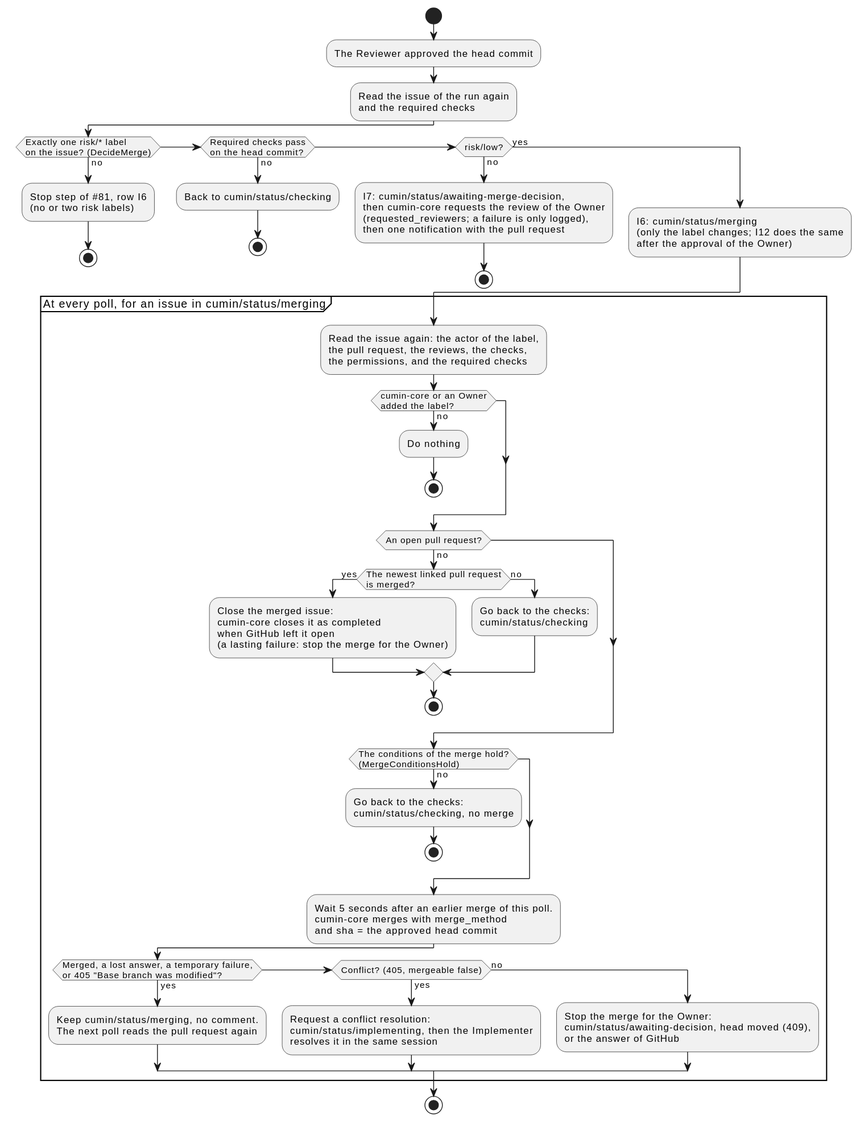
Earlier version of the PlantUML export docs/ja/designs/poll-merge.svg (cloveclovedev/cumin-works).
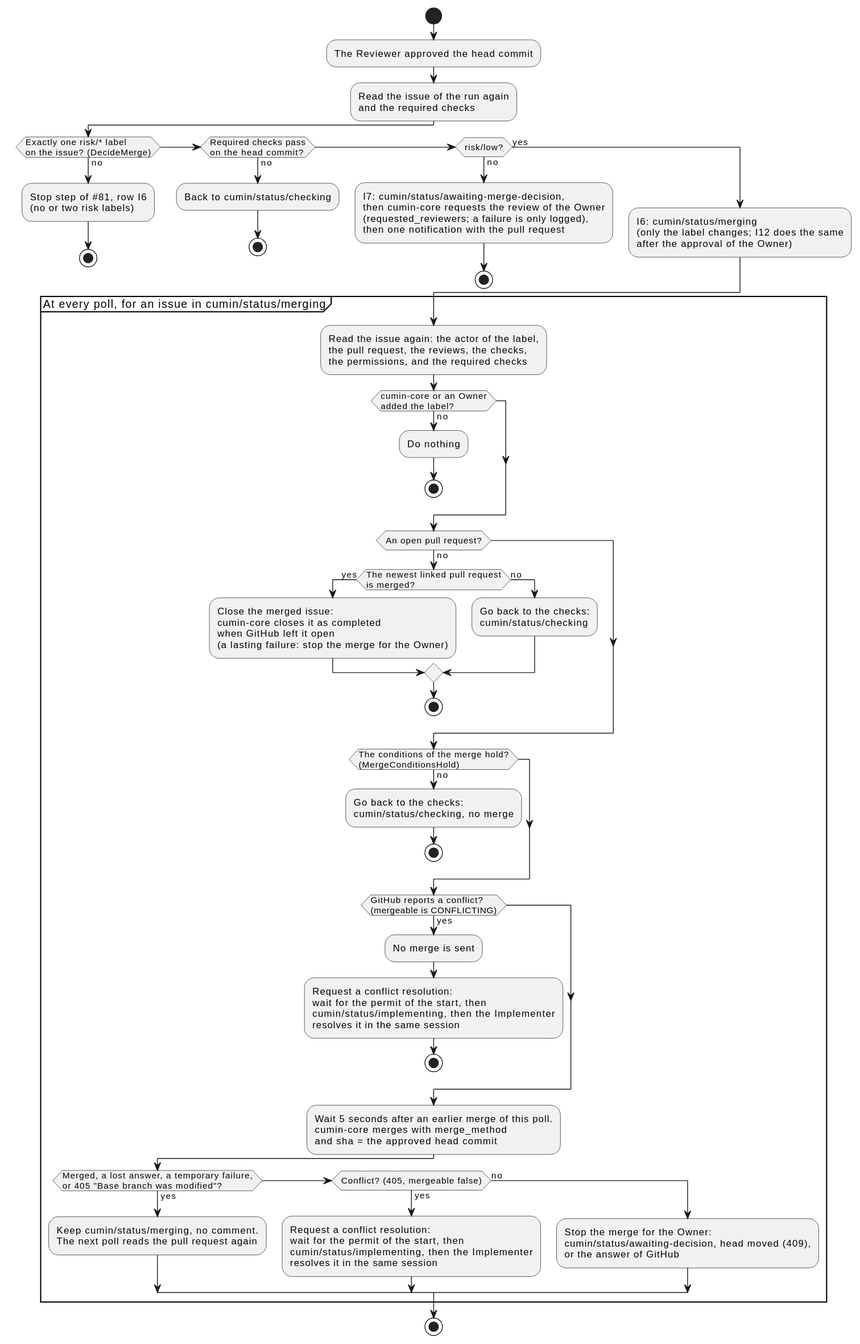
After the commit.

Commit message:
feat(workflow): request the conflict resolution without a merge for a known conflict (#583)

The edit, as a diff of the source:
```diff
@@ -54,6 +54,15 @@
     cumin/status/checking, no merge;
     stop
   endif
+  if (GitHub reports a conflict?
+(mergeable is CONFLICTING)) then (yes)
+    :No merge is sent;
+    :Request a conflict resolution:
+    wait for the permit of the start, then
+    cumin/status/implementing, then the Implementer
+    resolves it in the same session;
+    stop
+  endif
   :Wait 5 seconds after an earlier merge of this poll.
   cumin-core merges with merge_method
   and sha = the approved head commit;
@@ -63,6 +72,7 @@
     The next poll reads the pull request again;
   elseif (Conflict? (405, mergeable false)) then (yes)
     :Request a conflict resolution:
+    wait for the permit of the start, then
     cumin/status/implementing, then the Implementer
     resolves it in the same session;
   else (no)
```
